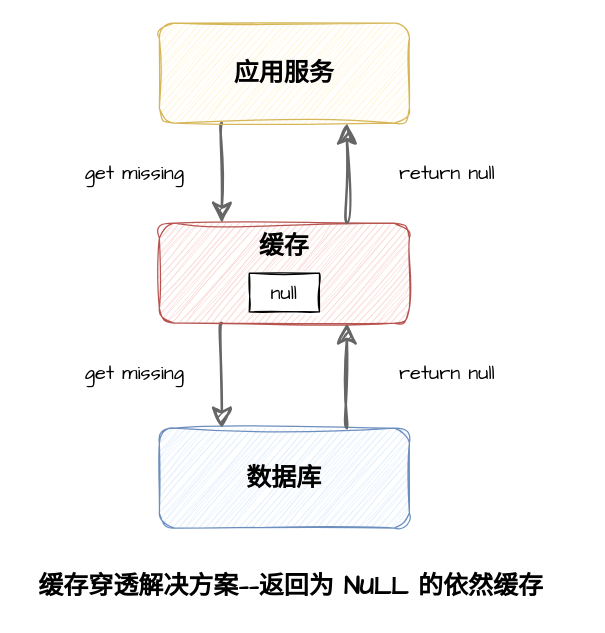
Before: page "缓存穿透1" (6 of 7) of assets/分布式/分布式存储/分布式缓存/缓存架构.drawio in dunwu/waterdrop, a draw.io diagram. Source tidied: cells renumbered, new cells numbered last; positions are measured from the earlier drawing's top-left corner, leaving out a move shared by most shapes. Both pictures are drawn from the tidied source at 125%, with x=0, y=0 at pixel (21, 22).
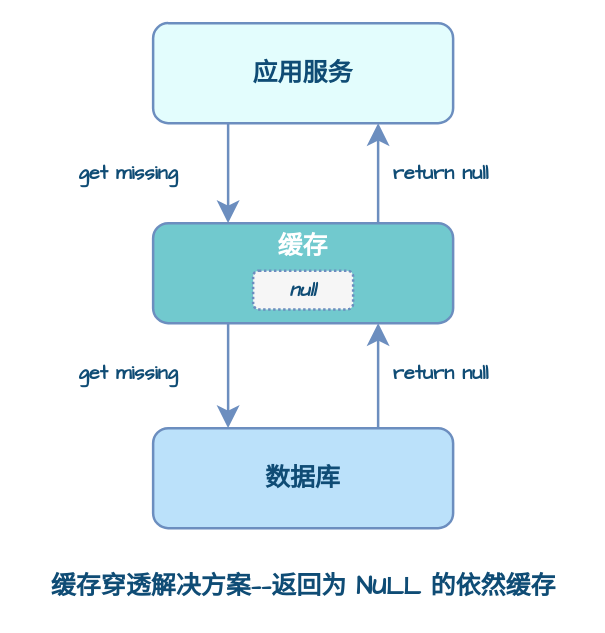
The same page after the edit.

The edit, as a diff of the source:
```diff
@@
 <mxGraphModel>
   <root>
     <mxCell id="0" />
     <mxCell id="1" parent="0" />
-    <mxCell id="2" value="缓存穿透解决方案——返回为 NULL 的依然缓存" style="text;html=1;align=center;verticalAlign=middle;strokeColor=none;fillColor=none;fontSize=20;fontFamily=Architects Daughter;fontStyle=1;" parent="1" vertex="1">
-      <mxGeometry y="430" width="430" height="40" as="geometry" />
+    <mxCell id="2" value="缓存穿透解决方案——返回为 NULL 的依然缓存" style="text;html=1;align=center;verticalAlign=middle;strokeColor=none;fillColor=none;fontSize=20;fontFamily=Comic Sans MS;fontStyle=1;fontColor=#0F4C75;" parent="1" vertex="1">
+      <mxGeometry y="430" width="450" height="40" as="geometry" />
     </mxCell>
-    <mxCell id="3" style="group;" parent="1" vertex="1">
-      <mxGeometry x="40" width="350" height="404" as="geometry" />
-    </mxCell>
-    <mxCell id="4" value="数据库" style="rounded=1;whiteSpace=wrap;html=1;sketch=1;hachureGap=4;jiggle=2;curveFitting=1;fontFamily=Architects Daughter;fontSize=20;fontStyle=1;fillColor=#dae8fc;strokeColor=#6c8ebf;" parent="3" vertex="1">
-      <mxGeometry x="70" y="324" width="200" height="80" as="geometry" />
+    <mxCell id="4" value="数据库" style="rounded=1;whiteSpace=wrap;html=1;hachureGap=4;fontFamily=Comic Sans MS;fontSize=20;fontStyle=1;fillColor=#BBE1FA;strokeColor=#6C8EBF;strokeWidth=2;fontColor=#0F4C75;" parent="1" vertex="1">
+      <mxGeometry x="105" y="324" width="240" height="80" as="geometry" />
     </mxCell>
-    <mxCell id="5" style="edgeStyle=orthogonalEdgeStyle;sketch=1;hachureGap=4;jiggle=2;curveFitting=1;jettySize=auto;html=1;exitX=0.25;exitY=1;exitDx=0;exitDy=0;entryX=0.25;entryY=0;entryDx=0;entryDy=0;fontFamily=Architects Daughter;fontSize=16;fillColor=#f5f5f5;strokeColor=#666666;curved=1;strokeWidth=2;endSize=12;startSize=12;fontStyle=0;" parent="3" edge="1" source="6" target="4">
+    <mxCell id="5" style="edgeStyle=orthogonalEdgeStyle;hachureGap=4;jettySize=auto;html=1;exitX=0.25;exitY=1;exitDx=0;exitDy=0;entryX=0.25;entryY=0;entryDx=0;entryDy=0;fontFamily=Comic Sans MS;fontSize=16;fillColor=#f5f5f5;strokeColor=#6C8EBF;curved=1;strokeWidth=2;endSize=12;startSize=12;fontStyle=1;fontColor=#0F4C75;" parent="1" edge="1" source="6" target="4">
       <mxGeometry relative="1" as="geometry" />
     </mxCell>
-    <mxCell id="6" value="缓存" style="rounded=1;whiteSpace=wrap;html=1;sketch=1;hachureGap=4;jiggle=2;curveFitting=1;fontFamily=Architects Daughter;fontSize=20;verticalAlign=top;fontStyle=1;fillColor=#f8cecc;strokeColor=#b85450;" parent="3" vertex="1">
-      <mxGeometry x="70" y="160" width="200" height="80" as="geometry" />
+    <mxCell id="6" value="缓存" style="rounded=1;whiteSpace=wrap;html=1;hachureGap=4;fontFamily=Comic Sans MS;fontSize=20;verticalAlign=top;fontStyle=1;fillColor=#71C9CE;strokeColor=#6C8EBF;strokeWidth=2;fontColor=#FFFFFF;" parent="1" vertex="1">
+      <mxGeometry x="105" y="160" width="240" height="80" as="geometry" />
     </mxCell>
-    <mxCell id="7" style="edgeStyle=orthogonalEdgeStyle;sketch=1;hachureGap=4;jiggle=2;curveFitting=1;jettySize=auto;html=1;exitX=0.75;exitY=0;exitDx=0;exitDy=0;entryX=0.75;entryY=1;entryDx=0;entryDy=0;fontFamily=Architects Daughter;fontSize=16;fillColor=#f5f5f5;strokeColor=#666666;curved=1;strokeWidth=2;endSize=12;startSize=12;fontStyle=0;" parent="3" edge="1" source="4" target="6">
+    <mxCell id="7" style="edgeStyle=orthogonalEdgeStyle;hachureGap=4;jettySize=auto;html=1;exitX=0.75;exitY=0;exitDx=0;exitDy=0;entryX=0.75;entryY=1;entryDx=0;entryDy=0;fontFamily=Comic Sans MS;fontSize=16;fillColor=#f5f5f5;strokeColor=#6C8EBF;curved=1;strokeWidth=2;endSize=12;startSize=12;fontStyle=1;fontColor=#0F4C75;" parent="1" edge="1" source="4" target="6">
       <mxGeometry relative="1" as="geometry" />
     </mxCell>
-    <mxCell id="8" value="null" style="rounded=0;whiteSpace=wrap;html=1;sketch=1;hachureGap=4;jiggle=2;curveFitting=1;fontFamily=Architects Daughter;fontSize=16;fontStyle=0;" parent="3" vertex="1">
-      <mxGeometry x="141.9" y="200" width="56.2" height="31" as="geometry" />
+    <mxCell id="8" value="null" style="rounded=1;whiteSpace=wrap;html=1;hachureGap=4;fontFamily=Comic Sans MS;fontSize=16;fontStyle=3;fillColor=#F6F6F6;strokeWidth=2;strokeColor=#6C8EBF;fontColor=#0F4C75;dashed=1;dashPattern=1 1;" parent="1" vertex="1">
+      <mxGeometry x="185" y="198" width="80" height="31" as="geometry" />
     </mxCell>
-    <mxCell id="9" style="edgeStyle=orthogonalEdgeStyle;sketch=1;hachureGap=4;jiggle=2;curveFitting=1;jettySize=auto;html=1;exitX=0.25;exitY=1;exitDx=0;exitDy=0;entryX=0.25;entryY=0;entryDx=0;entryDy=0;fontFamily=Architects Daughter;fontSize=16;fillColor=#f5f5f5;strokeColor=#666666;curved=1;strokeWidth=2;endSize=12;startSize=12;fontStyle=0;" parent="3" edge="1" source="10" target="6">
+    <mxCell id="9" style="edgeStyle=orthogonalEdgeStyle;hachureGap=4;jettySize=auto;html=1;exitX=0.25;exitY=1;exitDx=0;exitDy=0;entryX=0.25;entryY=0;entryDx=0;entryDy=0;fontFamily=Comic Sans MS;fontSize=16;fillColor=#f5f5f5;strokeColor=#6C8EBF;curved=1;strokeWidth=2;endSize=12;startSize=12;fontStyle=1;fontColor=#0F4C75;" parent="1" edge="1" source="10" target="6">
       <mxGeometry relative="1" as="geometry" />
     </mxCell>
-    <mxCell id="10" value="应用服务" style="rounded=1;whiteSpace=wrap;html=1;sketch=1;hachureGap=4;jiggle=2;curveFitting=1;fontFamily=Architects Daughter;fontSize=20;fontStyle=1;fillColor=#fff2cc;strokeColor=#d6b656;" parent="3" vertex="1">
-      <mxGeometry x="70" width="200" height="80" as="geometry" />
+    <mxCell id="10" value="应用服务" style="rounded=1;whiteSpace=wrap;html=1;hachureGap=4;fontFamily=Comic Sans MS;fontSize=20;fontStyle=1;fillColor=#E3FDFD;strokeColor=#6C8EBF;strokeWidth=2;fontColor=#0F4C75;" parent="1" vertex="1">
+      <mxGeometry x="105" width="240" height="80" as="geometry" />
     </mxCell>
-    <mxCell id="11" style="edgeStyle=orthogonalEdgeStyle;sketch=1;hachureGap=4;jiggle=2;curveFitting=1;jettySize=auto;html=1;exitX=0.75;exitY=0;exitDx=0;exitDy=0;entryX=0.75;entryY=1;entryDx=0;entryDy=0;fontFamily=Architects Daughter;fontSize=16;fillColor=#f5f5f5;strokeColor=#666666;curved=1;strokeWidth=2;endSize=12;startSize=12;fontStyle=0;" parent="3" edge="1" source="6" target="10">
+    <mxCell id="11" style="edgeStyle=orthogonalEdgeStyle;hachureGap=4;jettySize=auto;html=1;exitX=0.75;exitY=0;exitDx=0;exitDy=0;entryX=0.75;entryY=1;entryDx=0;entryDy=0;fontFamily=Comic Sans MS;fontSize=16;fillColor=#f5f5f5;strokeColor=#6C8EBF;curved=1;strokeWidth=2;endSize=12;startSize=12;fontStyle=1;fontColor=#0F4C75;" parent="1" edge="1" source="6" target="10">
       <mxGeometry relative="1" as="geometry" />
     </mxCell>
-    <mxCell id="12" value="&lt;div style=&quot;font-size: 16px;&quot;&gt;get&amp;nbsp;&lt;span style=&quot;background-color: initial; font-size: 16px;&quot;&gt;missing&lt;/span&gt;&lt;/div&gt;" style="text;html=1;align=center;verticalAlign=middle;strokeColor=none;fillColor=none;fontSize=16;fontFamily=Architects Daughter;fontStyle=0;" parent="3" vertex="1">
-      <mxGeometry y="105" width="100" height="30" as="geometry" />
+    <mxCell id="12" value="&lt;div style=&quot;font-size: 16px;&quot;&gt;get&amp;nbsp;&lt;span style=&quot;background-color: initial; font-size: 16px;&quot;&gt;missing&lt;/span&gt;&lt;/div&gt;" style="text;html=1;align=center;verticalAlign=middle;strokeColor=none;fillColor=none;fontSize=16;fontFamily=Comic Sans MS;fontStyle=1;fontColor=#0F4C75;" parent="1" vertex="1">
+      <mxGeometry x="30" y="105" width="110" height="30" as="geometry" />
     </mxCell>
-    <mxCell id="13" value="&lt;div style=&quot;font-size: 16px;&quot;&gt;return&amp;nbsp;&lt;span style=&quot;background-color: initial; font-size: 16px;&quot;&gt;null&lt;/span&gt;&lt;/div&gt;" style="text;html=1;align=center;verticalAlign=middle;strokeColor=none;fillColor=none;fontSize=16;fontFamily=Architects Daughter;fontStyle=0;" parent="3" vertex="1">
-      <mxGeometry x="250" y="105" width="100" height="30" as="geometry" />
+    <mxCell id="13" value="&lt;div style=&quot;font-size: 16px;&quot;&gt;return&amp;nbsp;&lt;span style=&quot;background-color: initial; font-size: 16px;&quot;&gt;null&lt;/span&gt;&lt;/div&gt;" style="text;html=1;align=center;verticalAlign=middle;strokeColor=none;fillColor=none;fontSize=16;fontFamily=Comic Sans MS;fontStyle=1;fontColor=#0F4C75;" parent="1" vertex="1">
+      <mxGeometry x="280" y="105" width="110" height="30" as="geometry" />
     </mxCell>
-    <mxCell id="14" value="&lt;div style=&quot;font-size: 16px;&quot;&gt;get&amp;nbsp;&lt;span style=&quot;background-color: initial; font-size: 16px;&quot;&gt;missing&lt;/span&gt;&lt;/div&gt;" style="text;html=1;align=center;verticalAlign=middle;strokeColor=none;fillColor=none;fontSize=16;fontFamily=Architects Daughter;fontStyle=0;" parent="3" vertex="1">
-      <mxGeometry y="265" width="100" height="30" as="geometry" />
+    <mxCell id="14" value="&lt;div style=&quot;font-size: 16px;&quot;&gt;get&amp;nbsp;&lt;span style=&quot;background-color: initial; font-size: 16px;&quot;&gt;missing&lt;/span&gt;&lt;/div&gt;" style="text;html=1;align=center;verticalAlign=middle;strokeColor=none;fillColor=none;fontSize=16;fontFamily=Comic Sans MS;fontStyle=1;fontColor=#0F4C75;" parent="1" vertex="1">
+      <mxGeometry x="30" y="265" width="110" height="30" as="geometry" />
     </mxCell>
-    <mxCell id="15" value="&lt;div style=&quot;font-size: 16px;&quot;&gt;return&amp;nbsp;&lt;span style=&quot;background-color: initial; font-size: 16px;&quot;&gt;null&lt;/span&gt;&lt;/div&gt;" style="text;html=1;align=center;verticalAlign=middle;strokeColor=none;fillColor=none;fontSize=16;fontFamily=Architects Daughter;fontStyle=0;" parent="3" vertex="1">
-      <mxGeometry x="250" y="265" width="100" height="30" as="geometry" />
+    <mxCell id="15" value="&lt;div style=&quot;font-size: 16px;&quot;&gt;return&amp;nbsp;&lt;span style=&quot;background-color: initial; font-size: 16px;&quot;&gt;null&lt;/span&gt;&lt;/div&gt;" style="text;html=1;align=center;verticalAlign=middle;strokeColor=none;fillColor=none;fontSize=16;fontFamily=Comic Sans MS;fontStyle=1;fontColor=#0F4C75;" parent="1" vertex="1">
+      <mxGeometry x="280" y="265" width="110" height="30" as="geometry" />
     </mxCell>
   </root>
 </mxGraphModel>
```
